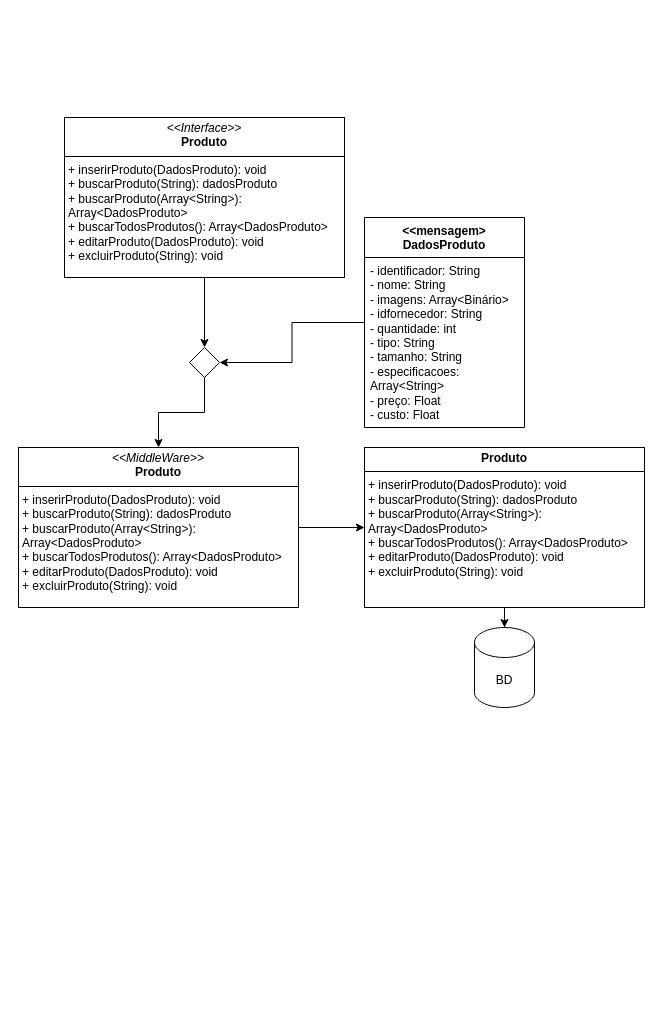
The draw.io diagram design/UMLProduto.drawio in WolWolffz/ThuderBass_Stock, before the edit. Source tidied: cells renumbered, new cells numbered last; positions are measured from the earlier drawing's top-left corner, leaving out a move shared by most shapes. Both pictures are drawn from the tidied source at 100%, with x=0, y=0 at pixel (18, 117).
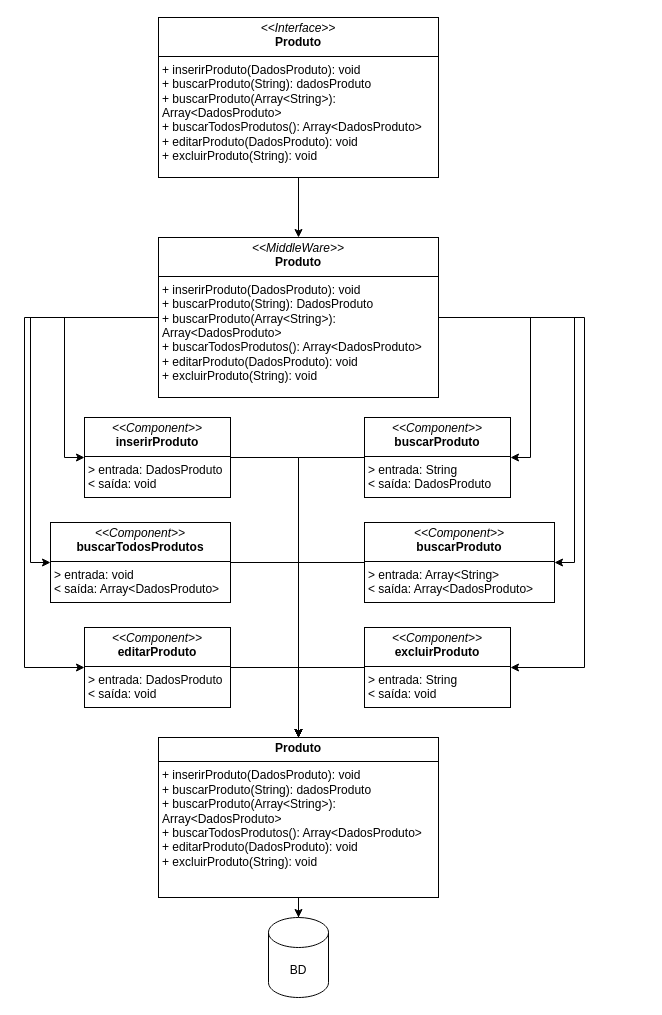
After the change.

What changed in the source:
```diff
@@
-    <mxCell id="2" style="edgeStyle=orthogonalEdgeStyle;rounded=0;jettySize=auto;html=1;entryX=1;entryY=0.5;entryDx=0;entryDy=0;" parent="1" edge="1" source="3" target="10">
-      <mxGeometry relative="1" as="geometry" />
-    </mxCell>
-    <mxCell id="3" value="&amp;lt;&amp;lt;mensagem&amp;gt;&lt;div&gt;DadosProduto&lt;/div&gt;" style="swimlane;fontStyle=1;align=center;verticalAlign=top;horizontal=1;startSize=40;whiteSpace=wrap;html=1;" parent="1" vertex="1">
-      <mxGeometry x="346" y="100" width="160" height="210" as="geometry" />
-    </mxCell>
-    <mxCell id="4" value="&lt;div&gt;- identificador: String&lt;/div&gt;- nome: String&lt;div&gt;- imagens: Array&amp;lt;Binário&amp;gt;&lt;/div&gt;&lt;div&gt;- idfornecedor: String&lt;/div&gt;&lt;div&gt;- quantidade: int&lt;/div&gt;&lt;div&gt;- tipo: String&lt;/div&gt;&lt;div&gt;- tamanho: String&lt;/div&gt;&lt;div&gt;- especificacoes: Array&amp;lt;String&amp;gt;&lt;/div&gt;&lt;div&gt;-&lt;span style=&quot;background-color: initial;&quot;&gt;&amp;nbsp;preço: Float&lt;/span&gt;&lt;/div&gt;&lt;div&gt;&lt;span style=&quot;background-color: initial;&quot;&gt;- custo: Float&lt;/span&gt;&lt;/div&gt;" style="text;strokeColor=none;fillColor=none;align=left;verticalAlign=top;spacingLeft=4;spacingRight=4;overflow=hidden;whiteSpace=wrap;html=1;" parent="3" vertex="1">
-      <mxGeometry y="40" width="160" height="170" as="geometry" />
-    </mxCell>
-    <mxCell id="5" style="edgeStyle=orthogonalEdgeStyle;rounded=0;jettySize=auto;html=1;exitX=0.5;exitY=1;exitDx=0;exitDy=0;entryX=0.5;entryY=0;entryDx=0;entryDy=0;" parent="1" edge="1" source="6" target="10">
+    <mxCell id="5" style="edgeStyle=orthogonalEdgeStyle;rounded=0;jettySize=auto;html=1;exitX=0.5;exitY=1;exitDx=0;exitDy=0;entryX=0.5;entryY=0;entryDx=0;entryDy=0;" parent="1" edge="1" source="6" target="8">
       <mxGeometry relative="1" as="geometry" />
     </mxCell>
     <mxCell id="6" value="&lt;p style=&quot;margin:0px;margin-top:4px;text-align:center;&quot;&gt;&lt;i&gt;&amp;lt;&amp;lt;Interface&amp;gt;&amp;gt;&lt;/i&gt;&lt;br&gt;&lt;b&gt;Produto&lt;/b&gt;&lt;/p&gt;&lt;hr size=&quot;1&quot; style=&quot;border-style:solid;&quot;&gt;&lt;p style=&quot;margin:0px;margin-left:4px;&quot;&gt;+ inserirProduto(DadosProduto): void&lt;br&gt;&lt;/p&gt;&lt;p style=&quot;margin:0px;margin-left:4px;&quot;&gt;+ buscarProduto(String): dadosProduto&lt;/p&gt;&lt;p style=&quot;margin:0px;margin-left:4px;&quot;&gt;+ buscarProduto(Array&amp;lt;String&amp;gt;): Array&amp;lt;DadosProduto&amp;gt;&lt;/p&gt;&lt;p style=&quot;margin:0px;margin-left:4px;&quot;&gt;+ buscarTodosProdutos(): Array&amp;lt;DadosProduto&amp;gt;&lt;/p&gt;&lt;p style=&quot;margin:0px;margin-left:4px;&quot;&gt;+ editarProduto(DadosProduto): void&lt;/p&gt;&lt;p style=&quot;margin:0px;margin-left:4px;&quot;&gt;+ excluirProduto(String): void&lt;/p&gt;" style="verticalAlign=top;align=left;overflow=fill;html=1;whiteSpace=wrap;" parent="1" vertex="1">
-      <mxGeometry x="46" width="280" height="160" as="geometry" />
+      <mxGeometry x="140" y="-100" width="280" height="160" as="geometry" />
     </mxCell>
-    <mxCell id="7" style="edgeStyle=orthogonalEdgeStyle;rounded=0;jettySize=auto;html=1;exitX=1;exitY=0.5;exitDx=0;exitDy=0;" parent="1" edge="1" source="8" target="12">
-      <mxGeometry relative="1" as="geometry" />
-    </mxCell>
+    <mxCell id="14" style="edgeStyle=orthogonalEdgeStyle;rounded=0;jettySize=auto;html=1;exitX=0;exitY=0.5;exitDx=0;exitDy=0;entryX=0;entryY=0.5;entryDx=0;entryDy=0;" parent="1" edge="1" source="8" target="21">
+      <mxGeometry relative="1" as="geometry" />
+    </mxCell>
+    <mxCell id="15" style="edgeStyle=orthogonalEdgeStyle;rounded=0;jettySize=auto;html=1;exitX=0;exitY=0.5;exitDx=0;exitDy=0;entryX=0;entryY=0.5;entryDx=0;entryDy=0;" parent="1" edge="1" source="8" target="25">
+      <mxGeometry relative="1" as="geometry" />
+    </mxCell>
+    <mxCell id="16" style="edgeStyle=orthogonalEdgeStyle;rounded=0;jettySize=auto;html=1;exitX=0;exitY=0.5;exitDx=0;exitDy=0;entryX=0;entryY=0.5;entryDx=0;entryDy=0;" parent="1" edge="1" source="8" target="23">
+      <mxGeometry relative="1" as="geometry">
+        <Array as="points">
+          <mxPoint x="6" y="200" />
+          <mxPoint x="6" y="550" />
+        </Array>
+      </mxGeometry>
+    </mxCell>
+    <mxCell id="17" style="edgeStyle=orthogonalEdgeStyle;rounded=0;jettySize=auto;html=1;exitX=1;exitY=0.5;exitDx=0;exitDy=0;entryX=1;entryY=0.5;entryDx=0;entryDy=0;" parent="1" edge="1" source="8" target="31">
+      <mxGeometry relative="1" as="geometry" />
+    </mxCell>
+    <mxCell id="18" style="edgeStyle=orthogonalEdgeStyle;rounded=0;jettySize=auto;html=1;exitX=1;exitY=0.5;exitDx=0;exitDy=0;entryX=1;entryY=0.5;entryDx=0;entryDy=0;" parent="1" edge="1" source="8" target="29">
+      <mxGeometry relative="1" as="geometry" />
+    </mxCell>
+    <mxCell id="19" style="edgeStyle=orthogonalEdgeStyle;rounded=0;jettySize=auto;html=1;exitX=1;exitY=0.5;exitDx=0;exitDy=0;entryX=1;entryY=0.5;entryDx=0;entryDy=0;" parent="1" edge="1" source="8" target="27">
+      <mxGeometry relative="1" as="geometry">
+        <Array as="points">
+          <mxPoint x="566" y="200" />
+          <mxPoint x="566" y="550" />
+        </Array>
+      </mxGeometry>
+    </mxCell>
-    <mxCell id="8" value="&lt;p style=&quot;margin:0px;margin-top:4px;text-align:center;&quot;&gt;&lt;i&gt;&amp;lt;&amp;lt;MiddleWare&amp;gt;&amp;gt;&lt;/i&gt;&lt;br&gt;&lt;b&gt;Produto&lt;/b&gt;&lt;/p&gt;&lt;hr size=&quot;1&quot; style=&quot;border-style:solid;&quot;&gt;&lt;p style=&quot;margin:0px;margin-left:4px;&quot;&gt;+ inserirProduto(DadosProduto): void&lt;br&gt;&lt;/p&gt;&lt;p style=&quot;margin:0px;margin-left:4px;&quot;&gt;+ buscarProduto(String): dadosProduto&lt;/p&gt;&lt;p style=&quot;margin:0px;margin-left:4px;&quot;&gt;+ buscarProduto(Array&amp;lt;String&amp;gt;): Array&amp;lt;DadosProduto&amp;gt;&lt;/p&gt;&lt;p style=&quot;margin:0px;margin-left:4px;&quot;&gt;+ buscarTodosProdutos(): Array&amp;lt;DadosProduto&amp;gt;&lt;/p&gt;&lt;p style=&quot;margin:0px;margin-left:4px;&quot;&gt;+ editarProduto(DadosProduto): void&lt;/p&gt;&lt;p style=&quot;margin:0px;margin-left:4px;&quot;&gt;+ excluirProduto(String): void&lt;/p&gt;" style="verticalAlign=top;align=left;overflow=fill;html=1;whiteSpace=wrap;" parent="1" vertex="1">
-      <mxGeometry y="330" width="280" height="160" as="geometry" />
+    <mxCell id="8" value="&lt;p style=&quot;margin:0px;margin-top:4px;text-align:center;&quot;&gt;&lt;i&gt;&amp;lt;&amp;lt;MiddleWare&amp;gt;&amp;gt;&lt;/i&gt;&lt;br&gt;&lt;b&gt;Produto&lt;/b&gt;&lt;/p&gt;&lt;hr size=&quot;1&quot; style=&quot;border-style:solid;&quot;&gt;&lt;p style=&quot;margin:0px;margin-left:4px;&quot;&gt;+ inserirProduto(DadosProduto): void&lt;br&gt;&lt;/p&gt;&lt;p style=&quot;margin:0px;margin-left:4px;&quot;&gt;+ buscarProduto(String): DadosProduto&lt;/p&gt;&lt;p style=&quot;margin:0px;margin-left:4px;&quot;&gt;+ buscarProduto(Array&amp;lt;String&amp;gt;): Array&amp;lt;DadosProduto&amp;gt;&lt;/p&gt;&lt;p style=&quot;margin:0px;margin-left:4px;&quot;&gt;+ buscarTodosProdutos(): Array&amp;lt;DadosProduto&amp;gt;&lt;/p&gt;&lt;p style=&quot;margin:0px;margin-left:4px;&quot;&gt;+ editarProduto(DadosProduto): void&lt;/p&gt;&lt;p style=&quot;margin:0px;margin-left:4px;&quot;&gt;+ excluirProduto(String): void&lt;/p&gt;" style="verticalAlign=top;align=left;overflow=fill;html=1;whiteSpace=wrap;" parent="1" vertex="1">
+      <mxGeometry x="140" y="120" width="280" height="160" as="geometry" />
     </mxCell>
-    <mxCell id="9" style="edgeStyle=orthogonalEdgeStyle;rounded=0;jettySize=auto;html=1;exitX=0.5;exitY=1;exitDx=0;exitDy=0;entryX=0.5;entryY=0;entryDx=0;entryDy=0;" parent="1" edge="1" source="10" target="8">
-      <mxGeometry relative="1" as="geometry" />
-    </mxCell>
-    <mxCell id="10" style="rhombus;whiteSpace=wrap;html=1;" parent="1" vertex="1">
-      <mxGeometry x="171" y="230" width="30" height="30" as="geometry" />
-    </mxCell>
@@
     <mxCell id="12" value="&lt;p style=&quot;margin:0px;margin-top:4px;text-align:center;&quot;&gt;&lt;b&gt;Produto&lt;/b&gt;&lt;/p&gt;&lt;hr size=&quot;1&quot; style=&quot;border-style:solid;&quot;&gt;&lt;p style=&quot;margin:0px;margin-left:4px;&quot;&gt;+ inserirProduto(DadosProduto): void&lt;br&gt;&lt;/p&gt;&lt;p style=&quot;margin:0px;margin-left:4px;&quot;&gt;+ buscarProduto(String): dadosProduto&lt;/p&gt;&lt;p style=&quot;margin:0px;margin-left:4px;&quot;&gt;+ buscarProduto(Array&amp;lt;String&amp;gt;): Array&amp;lt;DadosProduto&amp;gt;&lt;/p&gt;&lt;p style=&quot;margin:0px;margin-left:4px;&quot;&gt;+ buscarTodosProdutos(): Array&amp;lt;DadosProduto&amp;gt;&lt;/p&gt;&lt;p style=&quot;margin:0px;margin-left:4px;&quot;&gt;+ editarProduto(DadosProduto): void&lt;/p&gt;&lt;p style=&quot;margin:0px;margin-left:4px;&quot;&gt;+ excluirProduto(String): void&lt;/p&gt;" style="verticalAlign=top;align=left;overflow=fill;html=1;whiteSpace=wrap;" parent="1" vertex="1">
-      <mxGeometry x="346" y="330" width="280" height="160" as="geometry" />
+      <mxGeometry x="140" y="620" width="280" height="160" as="geometry" />
     </mxCell>
     <mxCell id="13" value="BD" style="shape=cylinder3;whiteSpace=wrap;html=1;boundedLbl=1;backgroundOutline=1;size=15;" parent="1" vertex="1">
-      <mxGeometry x="456" y="510" width="60" height="80" as="geometry" />
+      <mxGeometry x="250" y="800" width="60" height="80" as="geometry" />
     </mxCell>
+    <mxCell id="20" style="edgeStyle=orthogonalEdgeStyle;rounded=0;jettySize=auto;html=1;exitX=1;exitY=0.5;exitDx=0;exitDy=0;entryX=0.5;entryY=0;entryDx=0;entryDy=0;" parent="1" edge="1" source="21" target="12">
+      <mxGeometry relative="1" as="geometry" />
+    </mxCell>
+    <mxCell id="21" value="&lt;p style=&quot;margin:0px;margin-top:4px;text-align:center;&quot;&gt;&lt;i&gt;&amp;lt;&amp;lt;Component&amp;gt;&amp;gt;&lt;/i&gt;&lt;br&gt;&lt;b&gt;inserirProduto&lt;/b&gt;&lt;/p&gt;&lt;hr size=&quot;1&quot; style=&quot;border-style:solid;&quot;&gt;&lt;p style=&quot;margin:0px;margin-left:4px;&quot;&gt;&amp;gt; entrada: DadosProduto&lt;/p&gt;&lt;p style=&quot;margin:0px;margin-left:4px;&quot;&gt;&amp;lt; saída: void&lt;/p&gt;" style="verticalAlign=top;align=left;overflow=fill;html=1;whiteSpace=wrap;" parent="1" vertex="1">
+      <mxGeometry x="66" y="300" width="146" height="80" as="geometry" />
+    </mxCell>
+    <mxCell id="22" style="edgeStyle=orthogonalEdgeStyle;rounded=0;jettySize=auto;html=1;exitX=1;exitY=0.5;exitDx=0;exitDy=0;" parent="1" edge="1" source="23" target="12">
+      <mxGeometry relative="1" as="geometry" />
+    </mxCell>
+    <mxCell id="23" value="&lt;p style=&quot;margin:0px;margin-top:4px;text-align:center;&quot;&gt;&lt;i&gt;&amp;lt;&amp;lt;Component&amp;gt;&amp;gt;&lt;/i&gt;&lt;br&gt;&lt;b&gt;editarProduto&lt;/b&gt;&lt;/p&gt;&lt;hr size=&quot;1&quot; style=&quot;border-style:solid;&quot;&gt;&lt;p style=&quot;margin:0px;margin-left:4px;&quot;&gt;&amp;gt; entrada: DadosProduto&lt;/p&gt;&lt;p style=&quot;margin:0px;margin-left:4px;&quot;&gt;&amp;lt; saída: void&lt;/p&gt;" style="verticalAlign=top;align=left;overflow=fill;html=1;whiteSpace=wrap;" parent="1" vertex="1">
+      <mxGeometry x="66" y="510" width="146" height="80" as="geometry" />
+    </mxCell>
+    <mxCell id="24" style="edgeStyle=orthogonalEdgeStyle;rounded=0;jettySize=auto;html=1;exitX=1;exitY=0.5;exitDx=0;exitDy=0;" parent="1" edge="1" source="25" target="12">
+      <mxGeometry relative="1" as="geometry" />
+    </mxCell>
+    <mxCell id="25" value="&lt;p style=&quot;margin:0px;margin-top:4px;text-align:center;&quot;&gt;&lt;i&gt;&amp;lt;&amp;lt;Component&amp;gt;&amp;gt;&lt;/i&gt;&lt;br&gt;&lt;b&gt;buscarTodosProdutos&lt;/b&gt;&lt;/p&gt;&lt;hr size=&quot;1&quot; style=&quot;border-style:solid;&quot;&gt;&lt;p style=&quot;margin:0px;margin-left:4px;&quot;&gt;&amp;gt; entrada: void&lt;/p&gt;&lt;p style=&quot;margin:0px;margin-left:4px;&quot;&gt;&amp;lt; saída: Array&amp;lt;DadosProduto&amp;gt;&lt;/p&gt;" style="verticalAlign=top;align=left;overflow=fill;html=1;whiteSpace=wrap;" parent="1" vertex="1">
+      <mxGeometry x="32" y="405" width="180" height="80" as="geometry" />
+    </mxCell>
+    <mxCell id="26" style="edgeStyle=orthogonalEdgeStyle;rounded=0;jettySize=auto;html=1;exitX=0;exitY=0.5;exitDx=0;exitDy=0;" parent="1" edge="1" source="27" target="12">
+      <mxGeometry relative="1" as="geometry" />
+    </mxCell>
+    <mxCell id="27" value="&lt;p style=&quot;margin:0px;margin-top:4px;text-align:center;&quot;&gt;&lt;i&gt;&amp;lt;&amp;lt;Component&amp;gt;&amp;gt;&lt;/i&gt;&lt;br&gt;&lt;b&gt;excluirProduto&lt;/b&gt;&lt;/p&gt;&lt;hr size=&quot;1&quot; style=&quot;border-style:solid;&quot;&gt;&lt;p style=&quot;margin:0px;margin-left:4px;&quot;&gt;&amp;gt; entrada: String&lt;/p&gt;&lt;p style=&quot;margin:0px;margin-left:4px;&quot;&gt;&amp;lt; saída: void&lt;/p&gt;" style="verticalAlign=top;align=left;overflow=fill;html=1;whiteSpace=wrap;" parent="1" vertex="1">
+      <mxGeometry x="346" y="510" width="146" height="80" as="geometry" />
+    </mxCell>
+    <mxCell id="28" style="edgeStyle=orthogonalEdgeStyle;rounded=0;jettySize=auto;html=1;exitX=0;exitY=0.5;exitDx=0;exitDy=0;" parent="1" edge="1" source="29" target="12">
+      <mxGeometry relative="1" as="geometry" />
+    </mxCell>
+    <mxCell id="29" value="&lt;p style=&quot;margin:0px;margin-top:4px;text-align:center;&quot;&gt;&lt;i&gt;&amp;lt;&amp;lt;Component&amp;gt;&amp;gt;&lt;/i&gt;&lt;br&gt;&lt;b&gt;buscarProduto&lt;/b&gt;&lt;/p&gt;&lt;hr size=&quot;1&quot; style=&quot;border-style:solid;&quot;&gt;&lt;p style=&quot;margin:0px;margin-left:4px;&quot;&gt;&amp;gt; entrada: Array&amp;lt;String&amp;gt;&lt;/p&gt;&lt;p style=&quot;margin:0px;margin-left:4px;&quot;&gt;&amp;lt; saída: Array&amp;lt;DadosProduto&amp;gt;&lt;/p&gt;" style="verticalAlign=top;align=left;overflow=fill;html=1;whiteSpace=wrap;" parent="1" vertex="1">
+      <mxGeometry x="346" y="405" width="190" height="80" as="geometry" />
+    </mxCell>
+    <mxCell id="30" style="edgeStyle=orthogonalEdgeStyle;rounded=0;jettySize=auto;html=1;exitX=0;exitY=0.5;exitDx=0;exitDy=0;" parent="1" edge="1" source="31" target="12">
+      <mxGeometry relative="1" as="geometry" />
+    </mxCell>
+    <mxCell id="31" value="&lt;p style=&quot;margin:0px;margin-top:4px;text-align:center;&quot;&gt;&lt;i&gt;&amp;lt;&amp;lt;Component&amp;gt;&amp;gt;&lt;/i&gt;&lt;br&gt;&lt;b&gt;buscarProduto&lt;/b&gt;&lt;/p&gt;&lt;hr size=&quot;1&quot; style=&quot;border-style:solid;&quot;&gt;&lt;p style=&quot;margin:0px;margin-left:4px;&quot;&gt;&amp;gt; entrada: String&lt;/p&gt;&lt;p style=&quot;margin:0px;margin-left:4px;&quot;&gt;&amp;lt; saída: DadosProduto&lt;/p&gt;" style="verticalAlign=top;align=left;overflow=fill;html=1;whiteSpace=wrap;" parent="1" vertex="1">
+      <mxGeometry x="346" y="300" width="146" height="80" as="geometry" />
+    </mxCell>
```
